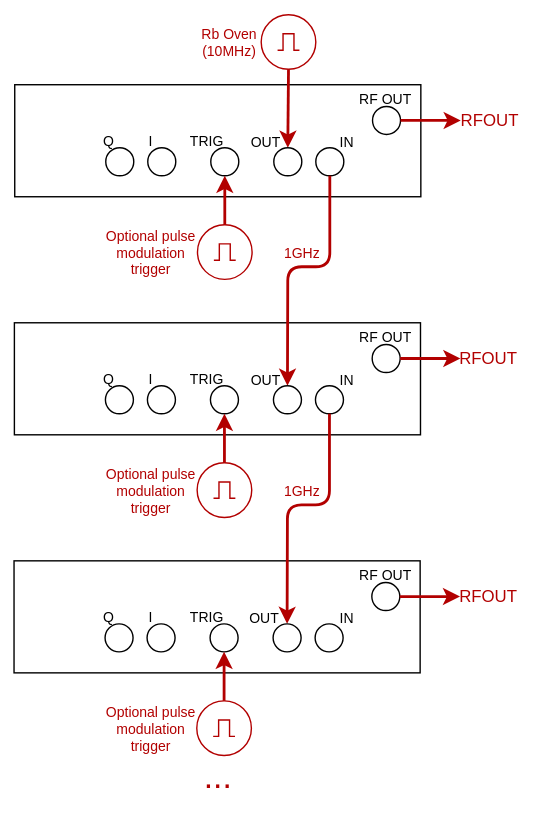
This is docs/User/InstrumentSpecific/RohdeAndSchwarz_SGS100A_DS.drawio.svg from sqdlab/SQDToolz, a draw.io export, as it was before one commit. Source tidied: cells renumbered, new cells last; positions are measured from the earlier drawing's top-left corner, leaving out a move shared by most shapes. The source it was exported from:
```xml
<mxGraphModel>
  <root>
    <mxCell id="0" />
    <mxCell id="1" parent="0" />
    <mxCell id="2" style="rounded=0;whiteSpace=wrap;html=1;strokeColor=none;" parent="1" vertex="1">
      <mxGeometry width="380" height="580" as="geometry" />
    </mxCell>
    <mxCell id="3" style="rounded=0;whiteSpace=wrap;html=1;" parent="1" vertex="1">
      <mxGeometry x="10" y="60" width="290" height="80" as="geometry" />
    </mxCell>
    <mxCell id="4" style="ellipse;whiteSpace=wrap;html=1;" parent="1" vertex="1">
      <mxGeometry x="75" y="105" width="20" height="20" as="geometry" />
    </mxCell>
    <mxCell id="5" style="ellipse;whiteSpace=wrap;html=1;" parent="1" vertex="1">
      <mxGeometry x="105" y="105" width="20" height="20" as="geometry" />
    </mxCell>
    <mxCell id="6" value="Q" style="text;html=1;strokeColor=none;fillColor=none;align=center;verticalAlign=middle;whiteSpace=wrap;rounded=0;fontSize=10;" parent="1" vertex="1">
      <mxGeometry x="70" y="96.2" width="15" height="7.5" as="geometry" />
    </mxCell>
    <mxCell id="7" value="I" style="text;html=1;strokeColor=none;fillColor=none;align=center;verticalAlign=middle;whiteSpace=wrap;rounded=0;fontSize=10;" parent="1" vertex="1">
      <mxGeometry x="100" y="96.2" width="15" height="7.5" as="geometry" />
    </mxCell>
    <mxCell id="8" value="Rb Oven (10MHz)" style="text;html=1;strokeColor=none;fillColor=none;align=center;verticalAlign=middle;whiteSpace=wrap;rounded=0;fontSize=10;fontColor=#B20000;" parent="1" vertex="1">
      <mxGeometry x="140" y="15" width="47" height="30" as="geometry" />
    </mxCell>
    <mxCell id="9" style="edgeStyle=none;html=1;fontSize=10;fillColor=#e51400;strokeColor=#B20000;strokeWidth=2;exitX=0.5;exitY=1;exitDx=0;exitDy=0;exitPerimeter=0;entryX=0.5;entryY=0;entryDx=0;entryDy=0;" parent="1" edge="1" source="10" target="13">
      <mxGeometry relative="1" as="geometry" />
    </mxCell>
    <mxCell id="10" style="verticalLabelPosition=bottom;shadow=0;dashed=0;align=center;html=1;verticalAlign=top;shape=mxgraph.electrical.signal_sources.source;points=[[0.5,0,0],[1,0.5,0],[0.5,1,0],[0,0.5,0]];elSignalType=pulse;fontSize=10;fillColor=none;strokeColor=#B20000;" parent="1" vertex="1">
      <mxGeometry x="186" y="10" width="39" height="39" as="geometry" />
    </mxCell>
    <mxCell id="11" style="ellipse;whiteSpace=wrap;html=1;" parent="1" vertex="1">
      <mxGeometry x="150" y="105" width="20" height="20" as="geometry" />
    </mxCell>
    <mxCell id="12" value="TRIG" style="text;html=1;strokeColor=none;fillColor=none;align=center;verticalAlign=middle;whiteSpace=wrap;rounded=0;fontSize=10;" parent="1" vertex="1">
      <mxGeometry x="140" y="96.2" width="15" height="7.5" as="geometry" />
    </mxCell>
    <mxCell id="13" style="ellipse;whiteSpace=wrap;html=1;" parent="1" vertex="1">
      <mxGeometry x="195" y="105" width="20" height="20" as="geometry" />
    </mxCell>
    <mxCell id="14" value="OUT" style="text;html=1;strokeColor=none;fillColor=none;align=center;verticalAlign=middle;whiteSpace=wrap;rounded=0;fontSize=10;" parent="1" vertex="1">
      <mxGeometry x="181.8" y="97.5" width="15" height="7.5" as="geometry" />
    </mxCell>
    <mxCell id="15" style="ellipse;whiteSpace=wrap;html=1;" parent="1" vertex="1">
      <mxGeometry x="225" y="105" width="20" height="20" as="geometry" />
    </mxCell>
    <mxCell id="16" value="IN" style="text;html=1;strokeColor=none;fillColor=none;align=center;verticalAlign=middle;whiteSpace=wrap;rounded=0;fontSize=10;" parent="1" vertex="1">
      <mxGeometry x="240" y="97.5" width="15" height="7.5" as="geometry" />
    </mxCell>
    <mxCell id="17" style="ellipse;whiteSpace=wrap;html=1;" parent="1" vertex="1">
      <mxGeometry x="265.5" y="75.5" width="20" height="20" as="geometry" />
    </mxCell>
    <mxCell id="18" value="RF OUT" style="text;html=1;strokeColor=none;fillColor=none;align=center;verticalAlign=middle;whiteSpace=wrap;rounded=0;fontSize=10;" parent="1" vertex="1">
      <mxGeometry x="249.5" y="66" width="52" height="7.5" as="geometry" />
    </mxCell>
    <mxCell id="19" style="verticalLabelPosition=bottom;shadow=0;dashed=0;align=center;html=1;verticalAlign=top;shape=mxgraph.electrical.signal_sources.source;points=[[0.5,0,0],[1,0.5,0],[0.5,1,0],[0,0.5,0]];elSignalType=pulse;fontSize=10;fillColor=none;strokeColor=#B20000;" parent="1" vertex="1">
      <mxGeometry x="140.5" y="160" width="39" height="39" as="geometry" />
    </mxCell>
    <mxCell id="20" style="edgeStyle=none;html=1;fontSize=10;fillColor=#e51400;strokeColor=#B20000;strokeWidth=2;exitX=0.5;exitY=0;exitDx=0;exitDy=0;exitPerimeter=0;entryX=0.5;entryY=1;entryDx=0;entryDy=0;" parent="1" edge="1" source="19" target="11">
      <mxGeometry relative="1" as="geometry" />
    </mxCell>
    <mxCell id="21" value="Optional pulse modulation trigger" style="text;html=1;strokeColor=none;fillColor=none;align=center;verticalAlign=middle;whiteSpace=wrap;rounded=0;fontSize=10;fontColor=#B20000;" parent="1" vertex="1">
      <mxGeometry x="73.2" y="164.5" width="68.5" height="30" as="geometry" />
    </mxCell>
    <mxCell id="22" value="RFOUT" style="text;html=1;strokeColor=none;fillColor=none;align=center;verticalAlign=middle;whiteSpace=wrap;rounded=0;fontColor=#B20000;" parent="1" vertex="1">
      <mxGeometry x="328.5" y="70.5" width="40.5" height="30" as="geometry" />
    </mxCell>
    <mxCell id="23" style="edgeStyle=none;html=1;fontSize=10;fillColor=#e51400;strokeColor=#B20000;strokeWidth=2;entryX=0;entryY=0.5;entryDx=0;entryDy=0;exitX=1;exitY=0.5;exitDx=0;exitDy=0;" parent="1" edge="1" source="17" target="22">
      <mxGeometry relative="1" as="geometry" />
    </mxCell>
    <mxCell id="24" style="rounded=0;whiteSpace=wrap;html=1;" parent="1" vertex="1">
      <mxGeometry x="9.8" y="230" width="290" height="80" as="geometry" />
    </mxCell>
    <mxCell id="25" style="ellipse;whiteSpace=wrap;html=1;" parent="1" vertex="1">
      <mxGeometry x="74.8" y="275" width="20" height="20" as="geometry" />
    </mxCell>
    <mxCell id="26" style="ellipse;whiteSpace=wrap;html=1;" parent="1" vertex="1">
      <mxGeometry x="104.8" y="275" width="20" height="20" as="geometry" />
    </mxCell>
    <mxCell id="27" value="Q" style="text;html=1;strokeColor=none;fillColor=none;align=center;verticalAlign=middle;whiteSpace=wrap;rounded=0;fontSize=10;" parent="1" vertex="1">
      <mxGeometry x="69.8" y="266.2" width="15" height="7.5" as="geometry" />
    </mxCell>
    <mxCell id="28" value="I" style="text;html=1;strokeColor=none;fillColor=none;align=center;verticalAlign=middle;whiteSpace=wrap;rounded=0;fontSize=10;" parent="1" vertex="1">
      <mxGeometry x="99.8" y="266.2" width="15" height="7.5" as="geometry" />
    </mxCell>
    <mxCell id="29" style="edgeStyle=none;html=1;fontSize=10;fillColor=#e51400;strokeColor=#B20000;strokeWidth=2;exitX=0.5;exitY=1;exitDx=0;exitDy=0;entryX=0.5;entryY=0;entryDx=0;entryDy=0;" parent="1" edge="1" source="15" target="32">
      <mxGeometry relative="1" as="geometry">
        <Array as="points">
          <mxPoint x="235" y="190" />
          <mxPoint x="205" y="190" />
        </Array>
      </mxGeometry>
    </mxCell>
    <mxCell id="30" style="ellipse;whiteSpace=wrap;html=1;" parent="1" vertex="1">
      <mxGeometry x="149.8" y="275" width="20" height="20" as="geometry" />
    </mxCell>
    <mxCell id="31" value="TRIG" style="text;html=1;strokeColor=none;fillColor=none;align=center;verticalAlign=middle;whiteSpace=wrap;rounded=0;fontSize=10;" parent="1" vertex="1">
      <mxGeometry x="139.8" y="266.2" width="15" height="7.5" as="geometry" />
    </mxCell>
    <mxCell id="32" style="ellipse;whiteSpace=wrap;html=1;" parent="1" vertex="1">
      <mxGeometry x="194.8" y="275" width="20" height="20" as="geometry" />
    </mxCell>
    <mxCell id="33" value="OUT" style="text;html=1;strokeColor=none;fillColor=none;align=center;verticalAlign=middle;whiteSpace=wrap;rounded=0;fontSize=10;" parent="1" vertex="1">
      <mxGeometry x="181.5" y="267.5" width="15" height="7.5" as="geometry" />
    </mxCell>
    <mxCell id="34" style="ellipse;whiteSpace=wrap;html=1;" parent="1" vertex="1">
      <mxGeometry x="224.8" y="275" width="20" height="20" as="geometry" />
    </mxCell>
    <mxCell id="35" value="IN" style="text;html=1;strokeColor=none;fillColor=none;align=center;verticalAlign=middle;whiteSpace=wrap;rounded=0;fontSize=10;" parent="1" vertex="1">
      <mxGeometry x="239.8" y="267.5" width="15" height="7.5" as="geometry" />
    </mxCell>
    <mxCell id="36" style="ellipse;whiteSpace=wrap;html=1;" parent="1" vertex="1">
      <mxGeometry x="265.2" y="245.5" width="20" height="20" as="geometry" />
    </mxCell>
    <mxCell id="37" value="RF OUT" style="text;html=1;strokeColor=none;fillColor=none;align=center;verticalAlign=middle;whiteSpace=wrap;rounded=0;fontSize=10;" parent="1" vertex="1">
      <mxGeometry x="249.2" y="236" width="52" height="7.5" as="geometry" />
    </mxCell>
    <mxCell id="38" style="verticalLabelPosition=bottom;shadow=0;dashed=0;align=center;html=1;verticalAlign=top;shape=mxgraph.electrical.signal_sources.source;points=[[0.5,0,0],[1,0.5,0],[0.5,1,0],[0,0.5,0]];elSignalType=pulse;fontSize=10;fillColor=none;strokeColor=#B20000;" parent="1" vertex="1">
      <mxGeometry x="140.2" y="330" width="39" height="39" as="geometry" />
    </mxCell>
    <mxCell id="39" style="edgeStyle=none;html=1;fontSize=10;fillColor=#e51400;strokeColor=#B20000;strokeWidth=2;exitX=0.5;exitY=0;exitDx=0;exitDy=0;exitPerimeter=0;entryX=0.5;entryY=1;entryDx=0;entryDy=0;" parent="1" edge="1" source="38" target="30">
      <mxGeometry relative="1" as="geometry" />
    </mxCell>
    <mxCell id="40" value="Optional pulse modulation trigger" style="text;html=1;strokeColor=none;fillColor=none;align=center;verticalAlign=middle;whiteSpace=wrap;rounded=0;fontSize=10;fontColor=#B20000;" parent="1" vertex="1">
      <mxGeometry x="73" y="334.5" width="68.5" height="30" as="geometry" />
    </mxCell>
    <mxCell id="41" value="RFOUT" style="text;html=1;strokeColor=none;fillColor=none;align=center;verticalAlign=middle;whiteSpace=wrap;rounded=0;fontColor=#B20000;" parent="1" vertex="1">
      <mxGeometry x="328.2" y="240.5" width="40.5" height="30" as="geometry" />
    </mxCell>
    <mxCell id="42" style="edgeStyle=none;html=1;fontSize=10;fillColor=#e51400;strokeColor=#B20000;strokeWidth=2;entryX=0;entryY=0.5;entryDx=0;entryDy=0;exitX=1;exitY=0.5;exitDx=0;exitDy=0;" parent="1" edge="1" source="36" target="41">
      <mxGeometry relative="1" as="geometry" />
    </mxCell>
    <mxCell id="43" style="rounded=0;whiteSpace=wrap;html=1;" parent="1" vertex="1">
      <mxGeometry x="9.5" y="400" width="290" height="80" as="geometry" />
    </mxCell>
    <mxCell id="44" style="ellipse;whiteSpace=wrap;html=1;" parent="1" vertex="1">
      <mxGeometry x="74.5" y="445" width="20" height="20" as="geometry" />
    </mxCell>
    <mxCell id="45" style="ellipse;whiteSpace=wrap;html=1;" parent="1" vertex="1">
      <mxGeometry x="104.5" y="445" width="20" height="20" as="geometry" />
    </mxCell>
    <mxCell id="46" value="Q" style="text;html=1;strokeColor=none;fillColor=none;align=center;verticalAlign=middle;whiteSpace=wrap;rounded=0;fontSize=10;" parent="1" vertex="1">
      <mxGeometry x="69.5" y="436.2" width="15" height="7.5" as="geometry" />
    </mxCell>
    <mxCell id="47" value="I" style="text;html=1;strokeColor=none;fillColor=none;align=center;verticalAlign=middle;whiteSpace=wrap;rounded=0;fontSize=10;" parent="1" vertex="1">
      <mxGeometry x="99.5" y="436.2" width="15" height="7.5" as="geometry" />
    </mxCell>
    <mxCell id="48" style="edgeStyle=none;html=1;fontSize=10;fillColor=#e51400;strokeColor=#B20000;strokeWidth=2;exitX=0.5;exitY=1;exitDx=0;exitDy=0;entryX=0.5;entryY=0;entryDx=0;entryDy=0;" parent="1" edge="1" source="34" target="51">
      <mxGeometry relative="1" as="geometry">
        <Array as="points">
          <mxPoint x="234.8" y="360" />
          <mxPoint x="204.8" y="360" />
        </Array>
      </mxGeometry>
    </mxCell>
    <mxCell id="49" style="ellipse;whiteSpace=wrap;html=1;" parent="1" vertex="1">
      <mxGeometry x="149.5" y="445" width="20" height="20" as="geometry" />
    </mxCell>
    <mxCell id="50" value="TRIG" style="text;html=1;strokeColor=none;fillColor=none;align=center;verticalAlign=middle;whiteSpace=wrap;rounded=0;fontSize=10;" parent="1" vertex="1">
      <mxGeometry x="139.5" y="436.2" width="15" height="7.5" as="geometry" />
    </mxCell>
    <mxCell id="51" style="ellipse;whiteSpace=wrap;html=1;" parent="1" vertex="1">
      <mxGeometry x="194.5" y="445" width="20" height="20" as="geometry" />
    </mxCell>
    <mxCell id="52" value="OUT" style="text;html=1;strokeColor=none;fillColor=none;align=center;verticalAlign=middle;whiteSpace=wrap;rounded=0;fontSize=10;" parent="1" vertex="1">
      <mxGeometry x="181.2" y="437.5" width="15" height="7.5" as="geometry" />
    </mxCell>
    <mxCell id="53" style="ellipse;whiteSpace=wrap;html=1;" parent="1" vertex="1">
      <mxGeometry x="224.5" y="445" width="20" height="20" as="geometry" />
    </mxCell>
    <mxCell id="54" value="IN" style="text;html=1;strokeColor=none;fillColor=none;align=center;verticalAlign=middle;whiteSpace=wrap;rounded=0;fontSize=10;" parent="1" vertex="1">
      <mxGeometry x="239.5" y="437.5" width="15" height="7.5" as="geometry" />
    </mxCell>
    <mxCell id="55" style="ellipse;whiteSpace=wrap;html=1;" parent="1" vertex="1">
      <mxGeometry x="265" y="415.5" width="20" height="20" as="geometry" />
    </mxCell>
    <mxCell id="56" value="RF OUT" style="text;html=1;strokeColor=none;fillColor=none;align=center;verticalAlign=middle;whiteSpace=wrap;rounded=0;fontSize=10;" parent="1" vertex="1">
      <mxGeometry x="249" y="406" width="52" height="7.5" as="geometry" />
    </mxCell>
    <mxCell id="57" style="verticalLabelPosition=bottom;shadow=0;dashed=0;align=center;html=1;verticalAlign=top;shape=mxgraph.electrical.signal_sources.source;points=[[0.5,0,0],[1,0.5,0],[0.5,1,0],[0,0.5,0]];elSignalType=pulse;fontSize=10;fillColor=none;strokeColor=#B20000;" parent="1" vertex="1">
      <mxGeometry x="140" y="500" width="39" height="39" as="geometry" />
    </mxCell>
    <mxCell id="58" style="edgeStyle=none;html=1;fontSize=10;fillColor=#e51400;strokeColor=#B20000;strokeWidth=2;exitX=0.5;exitY=0;exitDx=0;exitDy=0;exitPerimeter=0;entryX=0.5;entryY=1;entryDx=0;entryDy=0;" parent="1" edge="1" source="57" target="49">
      <mxGeometry relative="1" as="geometry" />
    </mxCell>
    <mxCell id="59" value="Optional pulse modulation trigger" style="text;html=1;strokeColor=none;fillColor=none;align=center;verticalAlign=middle;whiteSpace=wrap;rounded=0;fontSize=10;fontColor=#B20000;" parent="1" vertex="1">
      <mxGeometry x="72.8" y="504.5" width="68.5" height="30" as="geometry" />
    </mxCell>
    <mxCell id="60" value="RFOUT" style="text;html=1;strokeColor=none;fillColor=none;align=center;verticalAlign=middle;whiteSpace=wrap;rounded=0;fontColor=#B20000;" parent="1" vertex="1">
      <mxGeometry x="328" y="410.5" width="40.5" height="30" as="geometry" />
    </mxCell>
    <mxCell id="61" style="edgeStyle=none;html=1;fontSize=10;fillColor=#e51400;strokeColor=#B20000;strokeWidth=2;entryX=0;entryY=0.5;entryDx=0;entryDy=0;exitX=1;exitY=0.5;exitDx=0;exitDy=0;" parent="1" edge="1" source="55" target="60">
      <mxGeometry relative="1" as="geometry" />
    </mxCell>
    <mxCell id="62" value="..." style="text;html=1;strokeColor=none;fillColor=none;align=center;verticalAlign=middle;whiteSpace=wrap;rounded=0;fontSize=24;fontColor=#B20000;" parent="1" vertex="1">
      <mxGeometry x="120.8" y="540" width="68.5" height="30" as="geometry" />
    </mxCell>
    <mxCell id="63" value="1GHz" style="text;html=1;strokeColor=none;fillColor=none;align=center;verticalAlign=middle;whiteSpace=wrap;rounded=0;fontSize=10;fontColor=#B20000;" parent="1" vertex="1">
      <mxGeometry x="192.5" y="164.5" width="47" height="30" as="geometry" />
    </mxCell>
    <mxCell id="64" value="1GHz" style="text;html=1;strokeColor=none;fillColor=none;align=center;verticalAlign=middle;whiteSpace=wrap;rounded=0;fontSize=10;fontColor=#B20000;" parent="1" vertex="1">
      <mxGeometry x="192.5" y="334.5" width="47" height="30" as="geometry" />
    </mxCell>
  </root>
</mxGraphModel>
```
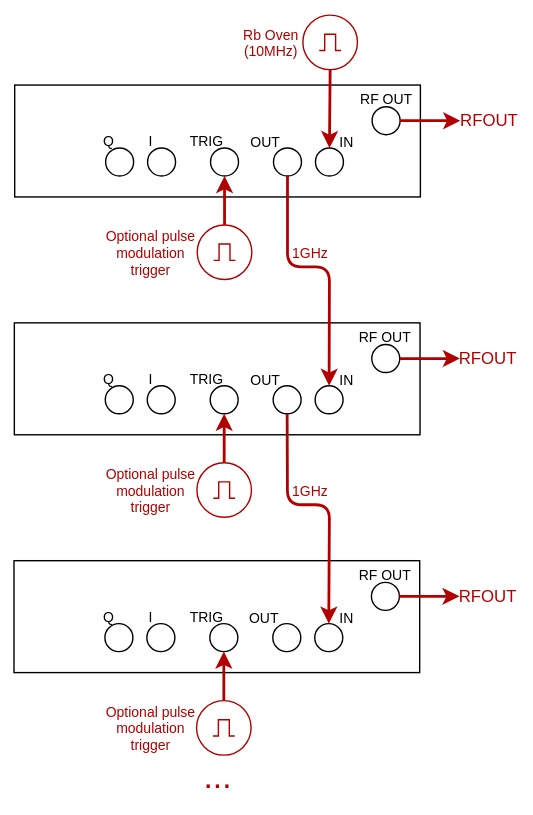
The same diagram one commit later.

What changed in the source:
```diff
@@ -21,13 +21,13 @@
       <mxGeometry x="100" y="96.2" width="15" height="7.5" as="geometry" />
     </mxCell>
     <mxCell id="8" value="Rb Oven (10MHz)" style="text;html=1;strokeColor=none;fillColor=none;align=center;verticalAlign=middle;whiteSpace=wrap;rounded=0;fontSize=10;fontColor=#B20000;" parent="1" vertex="1">
-      <mxGeometry x="140" y="15" width="47" height="30" as="geometry" />
+      <mxGeometry x="170" y="15" width="47" height="30" as="geometry" />
     </mxCell>
-    <mxCell id="9" style="edgeStyle=none;html=1;fontSize=10;fillColor=#e51400;strokeColor=#B20000;strokeWidth=2;exitX=0.5;exitY=1;exitDx=0;exitDy=0;exitPerimeter=0;entryX=0.5;entryY=0;entryDx=0;entryDy=0;" parent="1" edge="1" source="10" target="13">
+    <mxCell id="9" style="edgeStyle=none;html=1;fontSize=10;fillColor=#e51400;strokeColor=#B20000;strokeWidth=2;exitX=0.5;exitY=1;exitDx=0;exitDy=0;exitPerimeter=0;entryX=0.5;entryY=0;entryDx=0;entryDy=0;" parent="1" edge="1" source="10" target="15">
       <mxGeometry relative="1" as="geometry" />
     </mxCell>
     <mxCell id="10" style="verticalLabelPosition=bottom;shadow=0;dashed=0;align=center;html=1;verticalAlign=top;shape=mxgraph.electrical.signal_sources.source;points=[[0.5,0,0],[1,0.5,0],[0.5,1,0],[0,0.5,0]];elSignalType=pulse;fontSize=10;fillColor=none;strokeColor=#B20000;" parent="1" vertex="1">
-      <mxGeometry x="186" y="10" width="39" height="39" as="geometry" />
+      <mxGeometry x="216" y="10" width="39" height="39" as="geometry" />
     </mxCell>
     <mxCell id="11" style="ellipse;whiteSpace=wrap;html=1;" parent="1" vertex="1">
       <mxGeometry x="150" y="105" width="20" height="20" as="geometry" />
@@ -83,11 +83,11 @@
     <mxCell id="28" value="I" style="text;html=1;strokeColor=none;fillColor=none;align=center;verticalAlign=middle;whiteSpace=wrap;rounded=0;fontSize=10;" parent="1" vertex="1">
       <mxGeometry x="99.8" y="266.2" width="15" height="7.5" as="geometry" />
     </mxCell>
-    <mxCell id="29" style="edgeStyle=none;html=1;fontSize=10;fillColor=#e51400;strokeColor=#B20000;strokeWidth=2;exitX=0.5;exitY=1;exitDx=0;exitDy=0;entryX=0.5;entryY=0;entryDx=0;entryDy=0;" parent="1" edge="1" source="15" target="32">
+    <mxCell id="29" style="edgeStyle=none;html=1;fontSize=10;fillColor=#e51400;strokeColor=#B20000;strokeWidth=2;exitX=0.5;exitY=1;exitDx=0;exitDy=0;entryX=0.5;entryY=0;entryDx=0;entryDy=0;" parent="1" edge="1" source="13" target="34">
       <mxGeometry relative="1" as="geometry">
         <Array as="points">
+          <mxPoint x="205" y="190" />
           <mxPoint x="235" y="190" />
-          <mxPoint x="205" y="190" />
         </Array>
       </mxGeometry>
     </mxCell>
@@ -145,14 +145,6 @@
     <mxCell id="47" value="I" style="text;html=1;strokeColor=none;fillColor=none;align=center;verticalAlign=middle;whiteSpace=wrap;rounded=0;fontSize=10;" parent="1" vertex="1">
       <mxGeometry x="99.5" y="436.2" width="15" height="7.5" as="geometry" />
     </mxCell>
-    <mxCell id="48" style="edgeStyle=none;html=1;fontSize=10;fillColor=#e51400;strokeColor=#B20000;strokeWidth=2;exitX=0.5;exitY=1;exitDx=0;exitDy=0;entryX=0.5;entryY=0;entryDx=0;entryDy=0;" parent="1" edge="1" source="34" target="51">
-      <mxGeometry relative="1" as="geometry">
-        <Array as="points">
-          <mxPoint x="234.8" y="360" />
-          <mxPoint x="204.8" y="360" />
-        </Array>
-      </mxGeometry>
-    </mxCell>
     <mxCell id="49" style="ellipse;whiteSpace=wrap;html=1;" parent="1" vertex="1">
       <mxGeometry x="149.5" y="445" width="20" height="20" as="geometry" />
     </mxCell>
@@ -196,10 +188,18 @@
       <mxGeometry x="120.8" y="540" width="68.5" height="30" as="geometry" />
     </mxCell>
     <mxCell id="63" value="1GHz" style="text;html=1;strokeColor=none;fillColor=none;align=center;verticalAlign=middle;whiteSpace=wrap;rounded=0;fontSize=10;fontColor=#B20000;" parent="1" vertex="1">
-      <mxGeometry x="192.5" y="164.5" width="47" height="30" as="geometry" />
+      <mxGeometry x="198" y="164.5" width="47" height="30" as="geometry" />
     </mxCell>
-    <mxCell id="64" value="1GHz" style="text;html=1;strokeColor=none;fillColor=none;align=center;verticalAlign=middle;whiteSpace=wrap;rounded=0;fontSize=10;fontColor=#B20000;" parent="1" vertex="1">
-      <mxGeometry x="192.5" y="334.5" width="47" height="30" as="geometry" />
+    <mxCell id="64" style="edgeStyle=none;html=1;fontSize=10;fillColor=#e51400;strokeColor=#B20000;strokeWidth=2;exitX=0.5;exitY=1;exitDx=0;exitDy=0;entryX=0.5;entryY=0;entryDx=0;entryDy=0;" parent="1" edge="1" source="32" target="53">
+      <mxGeometry relative="1" as="geometry">
+        <Array as="points">
+          <mxPoint x="205" y="360" />
+          <mxPoint x="235" y="360" />
+        </Array>
+      </mxGeometry>
     </mxCell>
+    <mxCell id="65" value="1GHz" style="text;html=1;strokeColor=none;fillColor=none;align=center;verticalAlign=middle;whiteSpace=wrap;rounded=0;fontSize=10;fontColor=#B20000;" parent="1" vertex="1">
+      <mxGeometry x="198" y="334.5" width="47" height="30" as="geometry" />
+    </mxCell>
   </root>
 </mxGraphModel>
```
